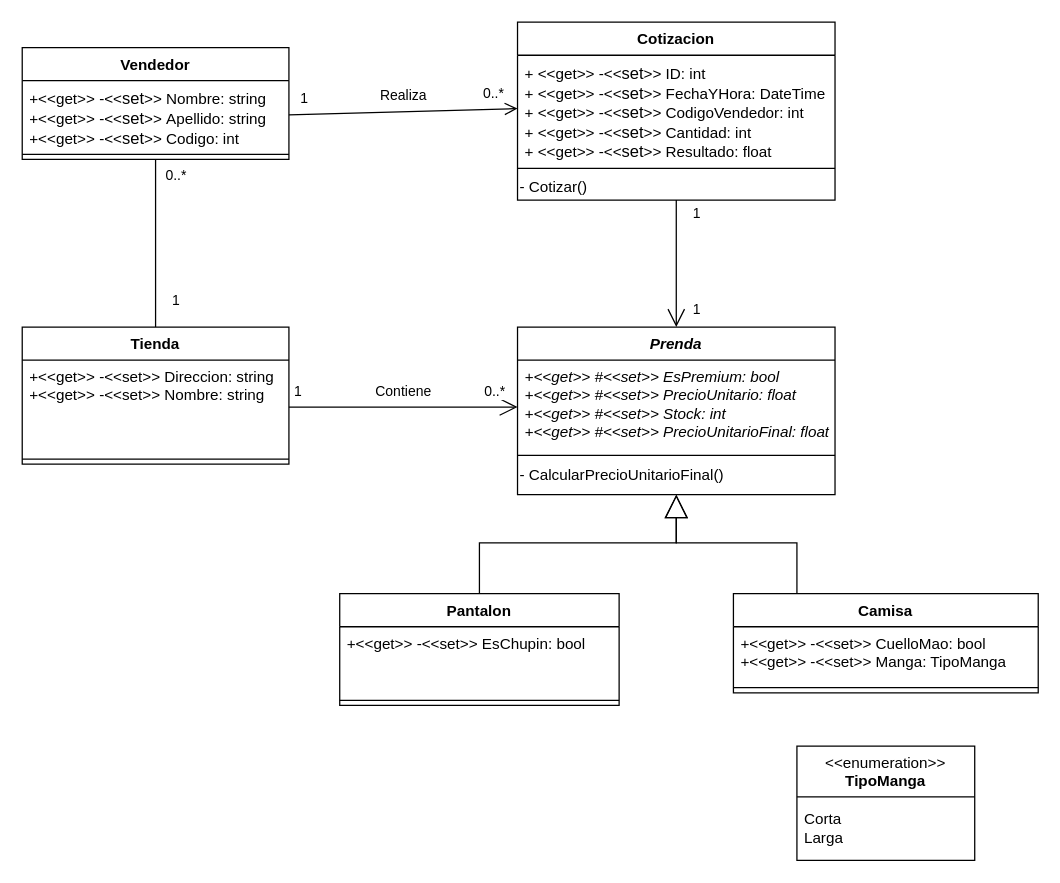
Before: Diagramas/DiagramaModelo.drawio in santi9865/Tanodi-DesafioFinal, a draw.io diagram. Source tidied: cells renumbered, new cells numbered last; positions are measured from the earlier drawing's top-left corner, leaving out a move shared by most shapes. Both pictures are drawn from the tidied source at 127%, with x=0, y=0 at pixel (22, 22).
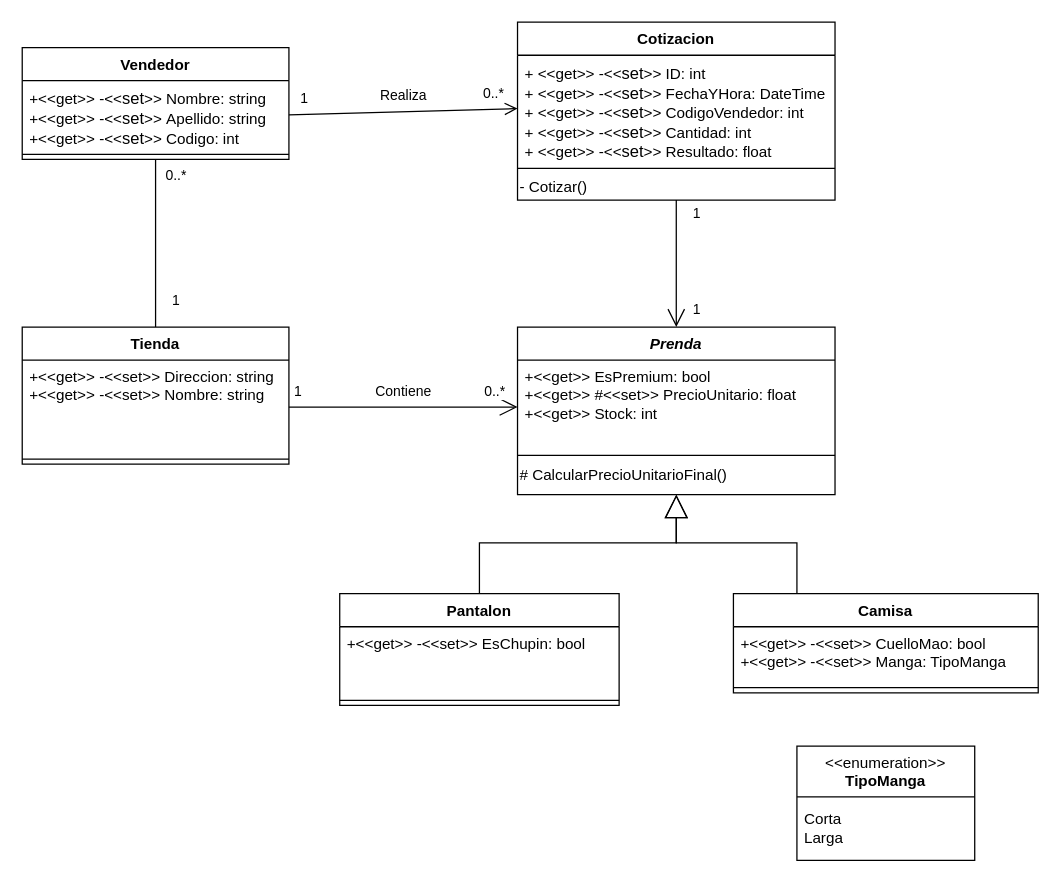
Above is the later version.

Unchanged cells that the change refers to:
```xml
<mxCell id="17" value="&lt;i&gt;Prenda&lt;/i&gt;" style="swimlane;fontStyle=1;align=center;verticalAlign=top;horizontal=1;startSize=26;whiteSpace=wrap;html=1;" parent="1" vertex="1">
  <mxGeometry x="390" y="240" width="250" height="132" as="geometry" />
</mxCell>
```

Diff of the diagram source:
```diff
@@
-    <mxCell id="18" value="&lt;i&gt;+&amp;lt;&amp;lt;get&amp;gt;&amp;gt; #&amp;lt;&amp;lt;set&amp;gt;&amp;gt; EsPremium: bool&lt;br&gt;+&amp;lt;&amp;lt;get&amp;gt;&amp;gt; #&amp;lt;&amp;lt;set&amp;gt;&amp;gt; PrecioUnitario: float&lt;br&gt;+&amp;lt;&amp;lt;get&amp;gt;&amp;gt; #&amp;lt;&amp;lt;set&amp;gt;&amp;gt; Stock: int&lt;br&gt;+&amp;lt;&amp;lt;get&amp;gt;&amp;gt; #&amp;lt;&amp;lt;set&amp;gt;&amp;gt; PrecioUnitarioFinal: float&lt;br&gt;&lt;/i&gt;" style="text;strokeColor=none;fillColor=none;align=left;verticalAlign=top;spacingLeft=4;spacingRight=4;overflow=hidden;points=[[0,0.5],[1,0.5]];portConstraint=eastwest;whiteSpace=wrap;html=1;" parent="17" vertex="1">
+    <mxCell id="18" value="+&amp;lt;&amp;lt;get&amp;gt;&amp;gt; EsPremium: bool&lt;br&gt;+&amp;lt;&amp;lt;get&amp;gt;&amp;gt; #&amp;lt;&amp;lt;set&amp;gt;&amp;gt;&amp;nbsp;PrecioUnitario: float&lt;br&gt;+&amp;lt;&amp;lt;get&amp;gt;&amp;gt; Stock: int" style="text;strokeColor=none;fillColor=none;align=left;verticalAlign=top;spacingLeft=4;spacingRight=4;overflow=hidden;points=[[0,0.5],[1,0.5]];portConstraint=eastwest;whiteSpace=wrap;html=1;" parent="17" vertex="1">
       <mxGeometry y="26" width="250" height="74" as="geometry" />
     </mxCell>
@@
-    <mxCell id="20" value="- CalcularPrecioUnitarioFinal()" style="text;html=1;align=left;verticalAlign=middle;strokeColor=none;fillColor=none;" parent="17" vertex="1">
+    <mxCell id="20" value="# CalcularPrecioUnitarioFinal()" style="text;html=1;align=left;verticalAlign=middle;strokeColor=none;fillColor=none;" parent="17" vertex="1">
       <mxGeometry y="102" width="250" height="30" as="geometry" />
     </mxCell>
```
